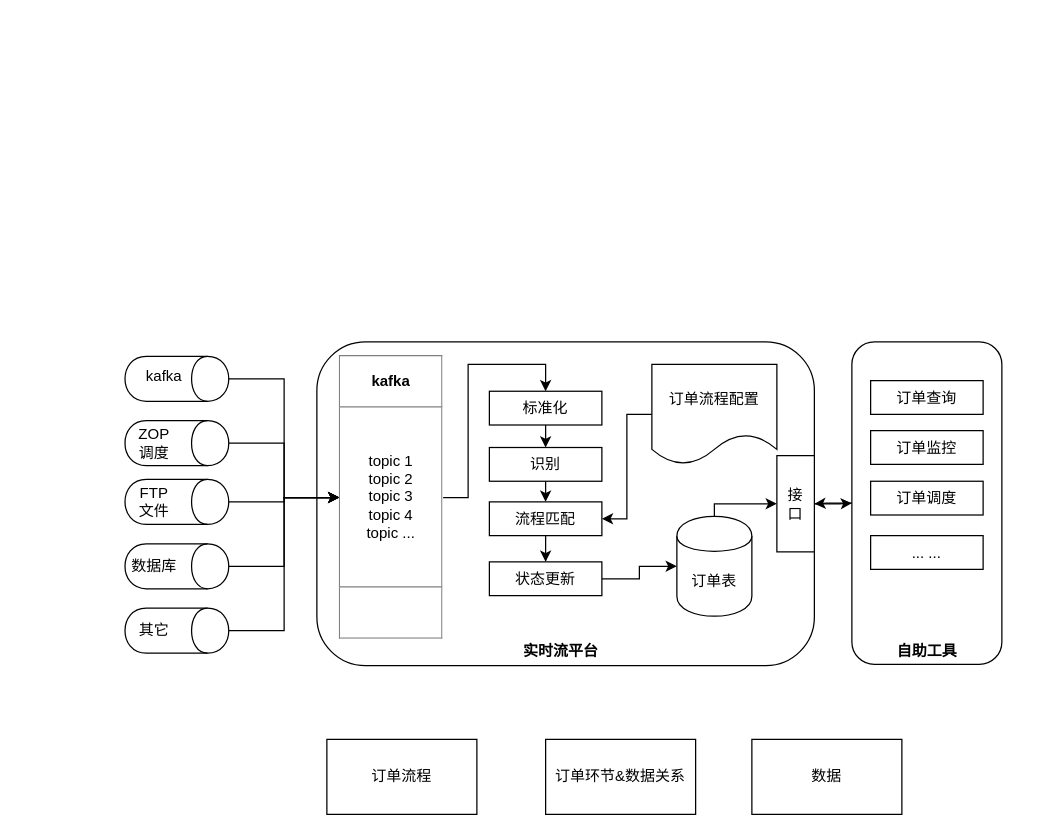
fengjj/webmarket0.1 keeps this draw.io diagram as 订单流程处理.drawio. Above is the earlier version. Source tidied: cells renumbered, new cells numbered last; positions are measured from the earlier drawing's top-left corner, leaving out a move shared by most shapes. Both pictures are drawn from the tidied source at 125%, with x=0, y=0 at pixel (129, 326).
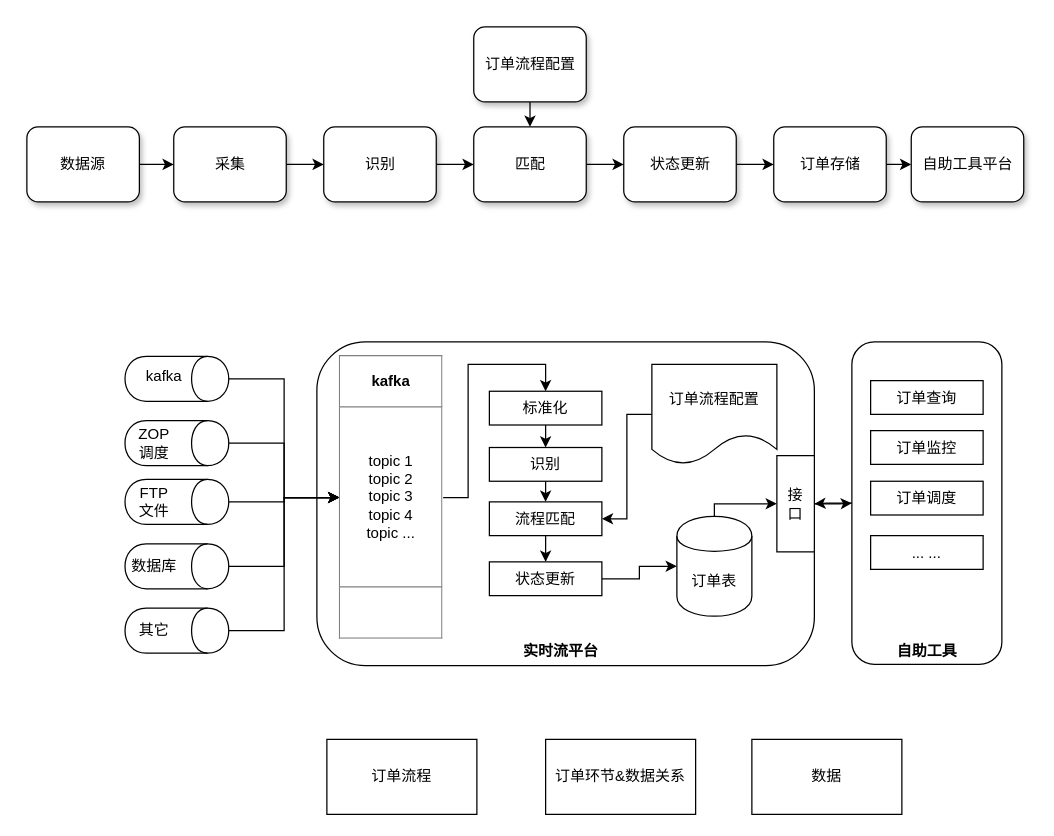
Above is the later version.

Commit message (it also covers changes not shown here):
更新订单流程处理.drawio

Diff of the diagram source:
```diff
@@
+    <mxCell id="45" style="edgeStyle=orthogonalEdgeStyle;rounded=0;jettySize=auto;html=1;exitX=1;exitY=0.5;exitDx=0;exitDy=0;entryX=0;entryY=0.5;entryDx=0;entryDy=0;" parent="1" edge="1" source="46" target="48">
+      <mxGeometry relative="1" as="geometry" />
+    </mxCell>
+    <mxCell id="46" value="数据源" style="rounded=1;whiteSpace=wrap;html=1;shadow=1;" parent="1" vertex="1">
+      <mxGeometry x="-82" y="-160" width="90" height="60" as="geometry" />
+    </mxCell>
+    <mxCell id="47" style="edgeStyle=orthogonalEdgeStyle;rounded=0;jettySize=auto;html=1;exitX=1;exitY=0.5;exitDx=0;exitDy=0;" parent="1" edge="1" source="48" target="50">
+      <mxGeometry relative="1" as="geometry" />
+    </mxCell>
+    <mxCell id="48" value="采集" style="rounded=1;whiteSpace=wrap;html=1;shadow=1;" parent="1" vertex="1">
+      <mxGeometry x="35.5" y="-160" width="90" height="60" as="geometry" />
+    </mxCell>
+    <mxCell id="49" style="edgeStyle=orthogonalEdgeStyle;rounded=0;jettySize=auto;html=1;exitX=1;exitY=0.5;exitDx=0;exitDy=0;" parent="1" edge="1" source="50" target="52">
+      <mxGeometry relative="1" as="geometry" />
+    </mxCell>
+    <mxCell id="50" value="识别" style="rounded=1;whiteSpace=wrap;html=1;shadow=1;" parent="1" vertex="1">
+      <mxGeometry x="155.5" y="-160" width="90" height="60" as="geometry" />
+    </mxCell>
+    <mxCell id="51" style="edgeStyle=orthogonalEdgeStyle;rounded=0;jettySize=auto;html=1;exitX=1;exitY=0.5;exitDx=0;exitDy=0;" parent="1" edge="1" source="52" target="54">
+      <mxGeometry relative="1" as="geometry" />
+    </mxCell>
+    <mxCell id="52" value="匹配" style="rounded=1;whiteSpace=wrap;html=1;shadow=1;" parent="1" vertex="1">
+      <mxGeometry x="275.5" y="-160" width="90" height="60" as="geometry" />
+    </mxCell>
+    <mxCell id="53" style="edgeStyle=orthogonalEdgeStyle;rounded=0;jettySize=auto;html=1;exitX=1;exitY=0.5;exitDx=0;exitDy=0;" parent="1" edge="1" source="54" target="56">
+      <mxGeometry relative="1" as="geometry" />
+    </mxCell>
+    <mxCell id="54" value="状态更新" style="rounded=1;whiteSpace=wrap;html=1;shadow=1;" parent="1" vertex="1">
+      <mxGeometry x="395.5" y="-160" width="90" height="60" as="geometry" />
+    </mxCell>
+    <mxCell id="55" style="edgeStyle=orthogonalEdgeStyle;rounded=0;jettySize=auto;html=1;exitX=1;exitY=0.5;exitDx=0;exitDy=0;entryX=0;entryY=0.5;entryDx=0;entryDy=0;" parent="1" edge="1" source="56" target="59">
+      <mxGeometry relative="1" as="geometry" />
+    </mxCell>
+    <mxCell id="56" value="订单存储" style="rounded=1;whiteSpace=wrap;html=1;shadow=1;" parent="1" vertex="1">
+      <mxGeometry x="515.5" y="-160" width="90" height="60" as="geometry" />
+    </mxCell>
+    <mxCell id="57" style="edgeStyle=orthogonalEdgeStyle;rounded=0;jettySize=auto;html=1;exitX=0.5;exitY=1;exitDx=0;exitDy=0;entryX=0.5;entryY=0;entryDx=0;entryDy=0;" parent="1" edge="1" source="58" target="52">
+      <mxGeometry relative="1" as="geometry" />
+    </mxCell>
+    <mxCell id="58" value="订单流程配置" style="rounded=1;whiteSpace=wrap;html=1;shadow=1;" parent="1" vertex="1">
+      <mxGeometry x="275.5" y="-240" width="90" height="60" as="geometry" />
+    </mxCell>
+    <mxCell id="59" value="自助工具平台" style="rounded=1;whiteSpace=wrap;html=1;shadow=1;" parent="1" vertex="1">
+      <mxGeometry x="625.5" y="-160" width="90" height="60" as="geometry" />
+    </mxCell>
```
